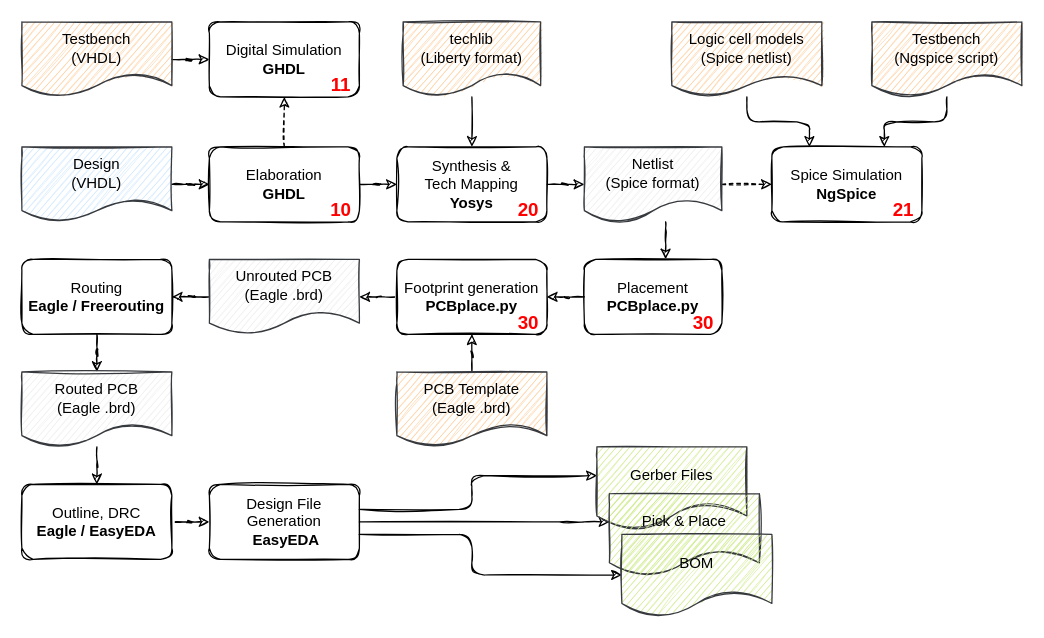
Before: Images/PCBFlow_numbered.drawio in cpldcpu/PCBFlow, a draw.io diagram. Source tidied: cells renumbered, new cells numbered last; positions are measured from the earlier drawing's top-left corner, leaving out a move shared by most shapes. Both pictures are drawn from the tidied source at 125%, with x=0, y=0 at pixel (21, 21).
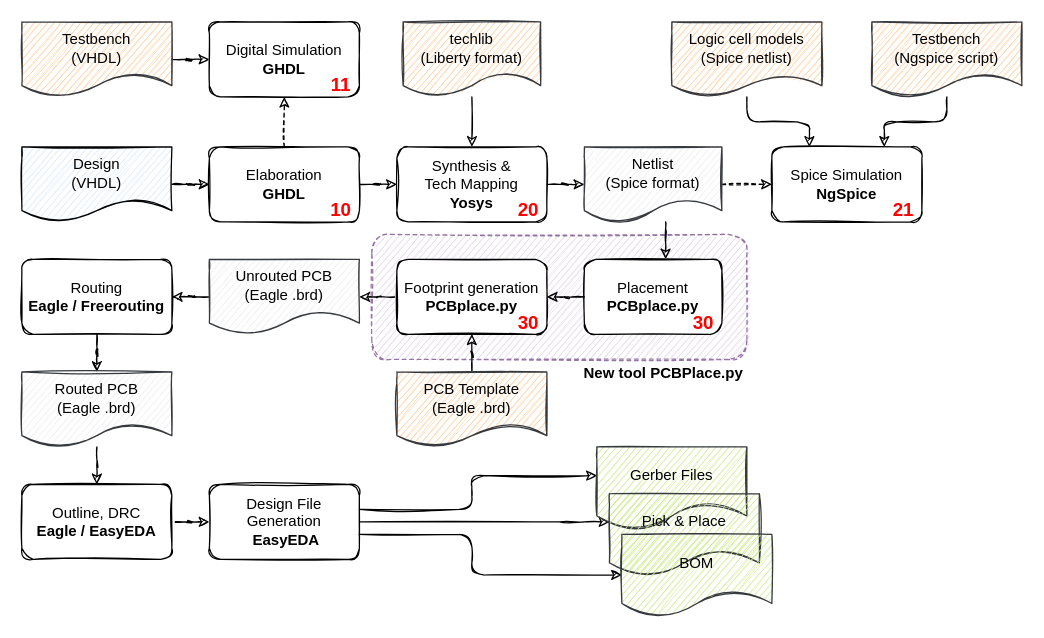
The same diagram, later.

Commit message (it also covers changes not shown here):
update flow image to highlight PCBPlace.py

Change to the diagram source:
```diff
@@
+    <mxCell id="49" style="rounded=1;whiteSpace=wrap;html=1;dashed=1;fillColor=#e1d5e7;strokeColor=#9673a6;sketch=1;" parent="1" vertex="1">
+      <mxGeometry x="280" y="170" width="300" height="100" as="geometry" />
+    </mxCell>
@@
-    <mxCell id="3" value="Design&lt;br&gt;(VHDL)" style="shape=document;whiteSpace=wrap;html=1;boundedLbl=1;fillColor=#cce5ff;strokeColor=#36393d;rounded=1;sketch=1;" parent="1" vertex="1">
+    <mxCell id="3" value="Design&lt;br&gt;(VHDL)" style="shape=document;whiteSpace=wrap;html=1;boundedLbl=1;fillColor=#dae8fc;strokeColor=#030303;rounded=1;sketch=1;" parent="1" vertex="1">
       <mxGeometry y="100" width="120" height="60" as="geometry" />
     </mxCell>
@@
+    <mxCell id="50" value="New tool PCBPlace.py" style="text;html=1;strokeColor=none;fillColor=none;align=center;verticalAlign=middle;whiteSpace=wrap;rounded=0;dashed=1;sketch=1;fontStyle=1;" parent="1" vertex="1">
+      <mxGeometry x="436" y="266" width="155" height="30" as="geometry" />
+    </mxCell>
```
